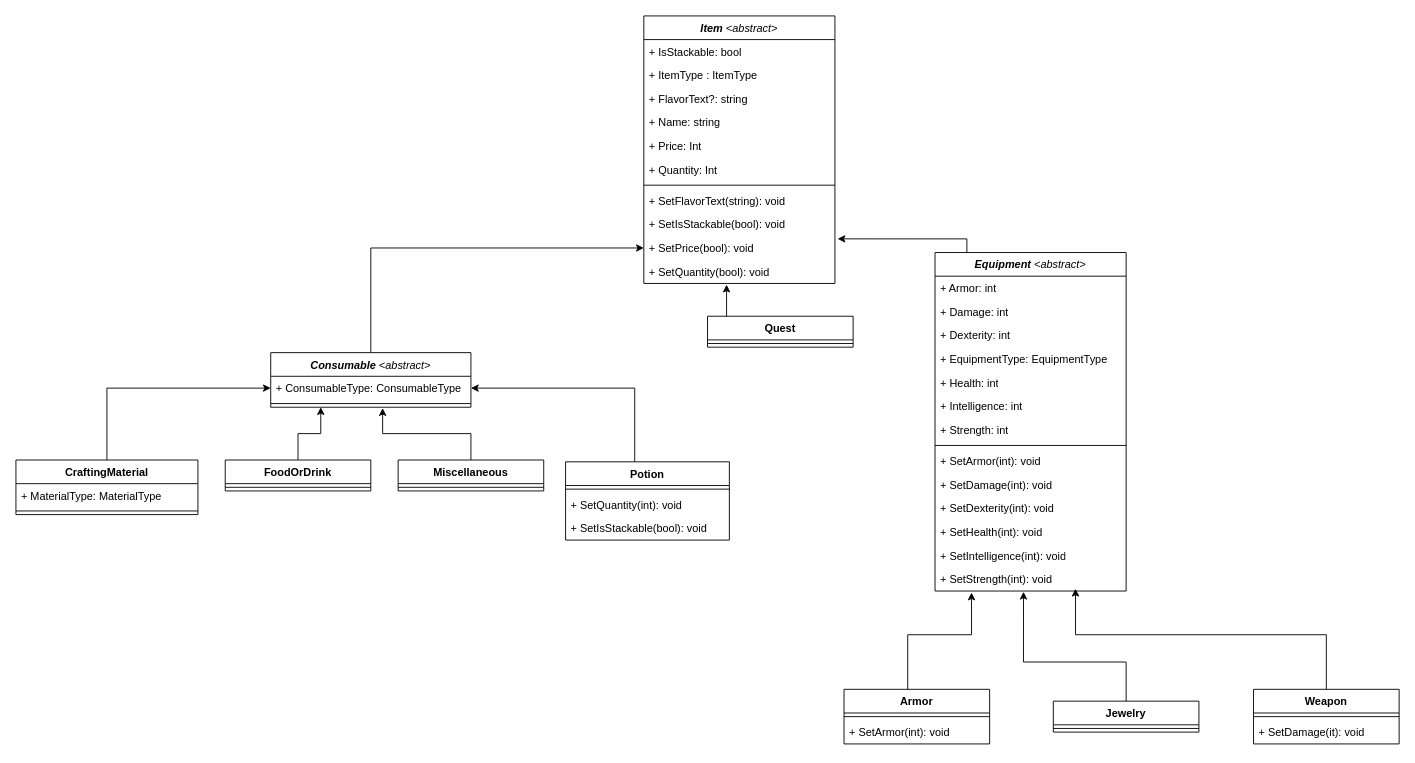
Before: docs/design/domain_models/items.drawio in scottfalbo/GameEngine, a draw.io diagram. Source tidied: cells renumbered, new cells numbered last; positions are measured from the earlier drawing's top-left corner, leaving out a move shared by most shapes. Both pictures are drawn from the tidied source at 91%, with x=0, y=0 at pixel (15, 15).
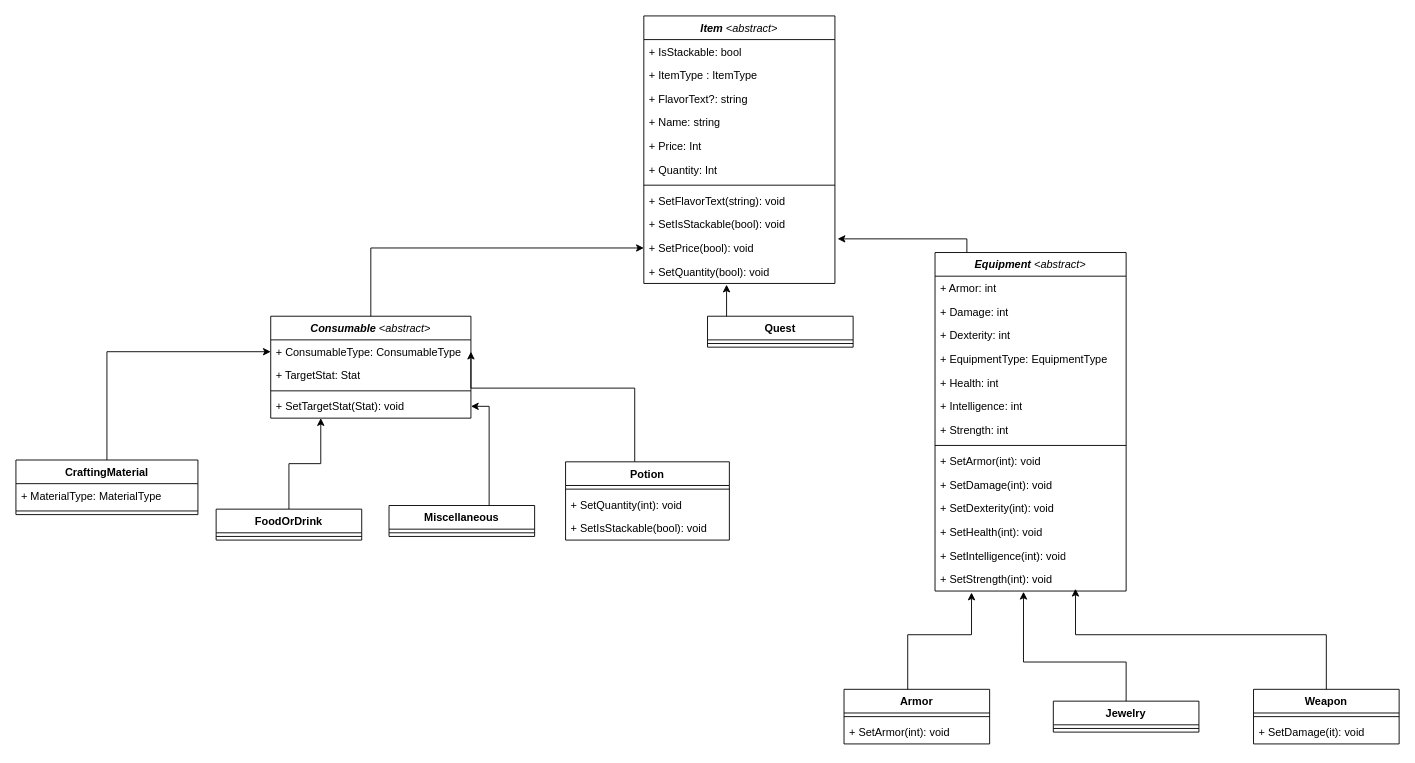
The same diagram, later.

Change to the diagram source:
```diff
@@
     <mxCell id="38" value="&lt;i&gt;Consumable &lt;span style=&quot;font-weight: normal;&quot;&gt;&amp;lt;abstract&amp;gt;&lt;/span&gt;&lt;/i&gt;" style="swimlane;fontStyle=1;align=center;verticalAlign=top;horizontal=1;startSize=26;whiteSpace=wrap;html=1;" parent="1" vertex="1">
-      <mxGeometry x="280" y="370" width="220" height="60" as="geometry" />
+      <mxGeometry x="280" y="330" width="220" height="112" as="geometry" />
     </mxCell>
@@
+    <mxCell id="63" value="+ TargetStat: Stat" style="text;strokeColor=none;fillColor=none;align=left;verticalAlign=top;spacingLeft=4;spacingRight=4;overflow=hidden;whiteSpace=wrap;html=1;" parent="38" vertex="1">
+      <mxGeometry y="52" width="220" height="26" as="geometry" />
+    </mxCell>
     <mxCell id="40" style="line;strokeWidth=1;fillColor=none;align=left;verticalAlign=middle;spacingTop=-1;spacingLeft=3;spacingRight=3;labelPosition=right;points=[];portConstraint=eastwest;strokeColor=inherit;" parent="38" vertex="1">
-      <mxGeometry y="52" width="220" height="8" as="geometry" />
+      <mxGeometry y="78" width="220" height="8" as="geometry" />
     </mxCell>
+    <mxCell id="64" value="+ SetTargetStat(Stat): void" style="text;strokeColor=none;fillColor=none;align=left;verticalAlign=top;spacingLeft=4;spacingRight=4;overflow=hidden;points=[[0,0.5],[1,0.5]];portConstraint=eastwest;" parent="38" vertex="1">
+      <mxGeometry y="86" width="220" height="26" as="geometry" />
+    </mxCell>
@@
     <mxCell id="55" value="FoodOrDrink" style="swimlane;fontStyle=1;align=center;verticalAlign=top;horizontal=1;startSize=26;whiteSpace=wrap;html=1;" parent="1" vertex="1">
-      <mxGeometry x="230" y="488" width="160" height="34" as="geometry" />
+      <mxGeometry x="220" y="542" width="160" height="34" as="geometry" />
     </mxCell>
@@
     <mxCell id="57" value="Miscellaneous" style="swimlane;fontStyle=1;align=center;verticalAlign=top;horizontal=1;startSize=26;whiteSpace=wrap;html=1;" parent="1" vertex="1">
-      <mxGeometry x="420" y="488" width="160" height="34" as="geometry" />
+      <mxGeometry x="410" y="538" width="160" height="34" as="geometry" />
     </mxCell>
@@
-    <mxCell id="62" style="edgeStyle=orthogonalEdgeStyle;rounded=0;jettySize=auto;html=1;entryX=0.559;entryY=1.125;entryDx=0;entryDy=0;entryPerimeter=0;" parent="1" edge="1" source="57" target="40">
-      <mxGeometry relative="1" as="geometry" />
+    <mxCell id="62" style="edgeStyle=orthogonalEdgeStyle;rounded=0;jettySize=auto;html=1;entryX=1;entryY=0.5;entryDx=0;entryDy=0;" parent="1" edge="1" source="57" target="64">
+      <mxGeometry relative="1" as="geometry">
+        <Array as="points">
+          <mxPoint x="520" y="429" />
+        </Array>
+      </mxGeometry>
     </mxCell>
```
